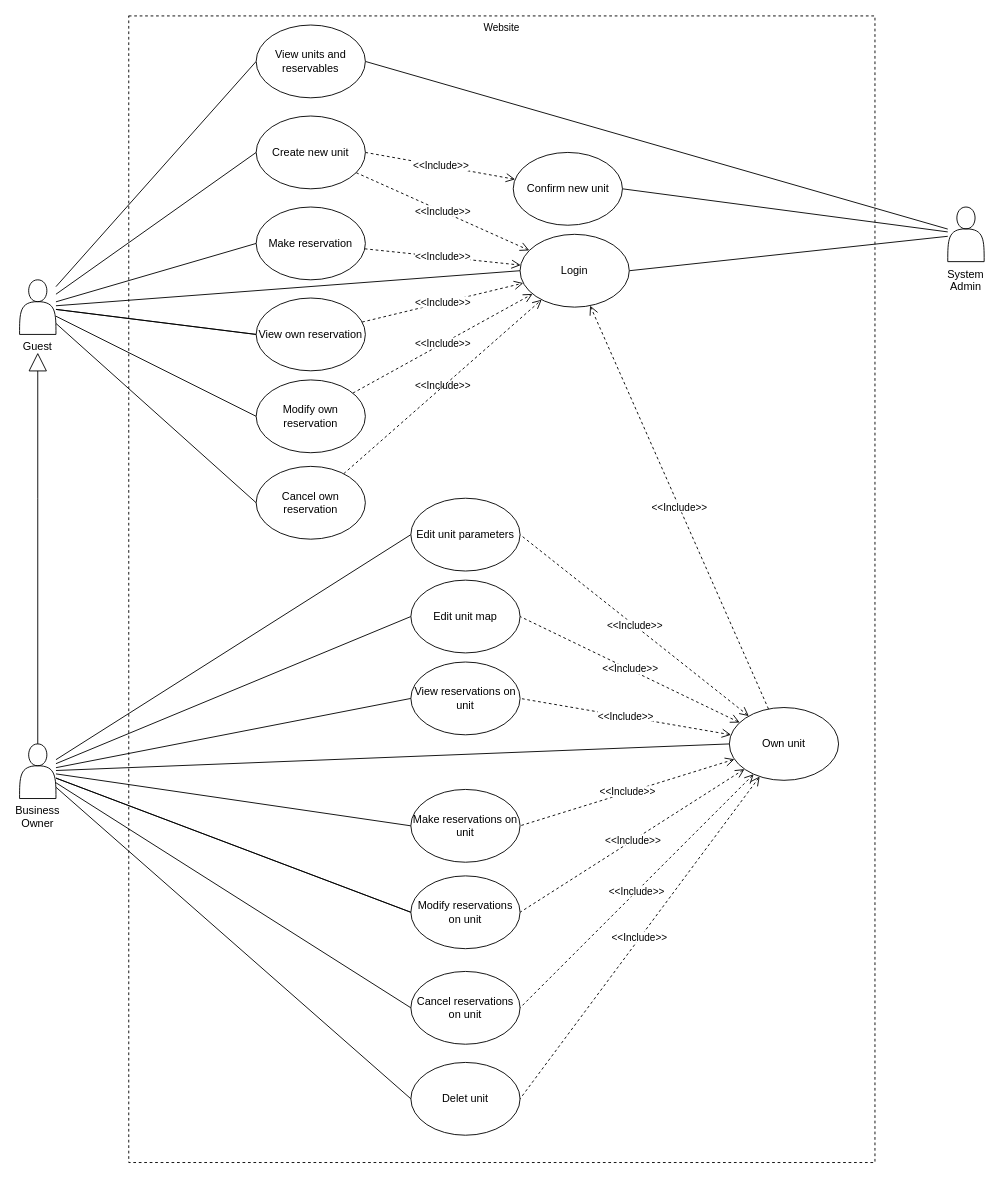
Above: documentation/use_case_diagram.drawio in Bundologus/ELTE_fullstack_2022 (draw.io), before the change. Source tidied: cells renumbered, new cells numbered last; positions are measured from the earlier drawing's top-left corner, leaving out a move shared by most shapes. Both pictures are drawn from the tidied source at 91%, with x=0, y=0 at pixel (19, 15).
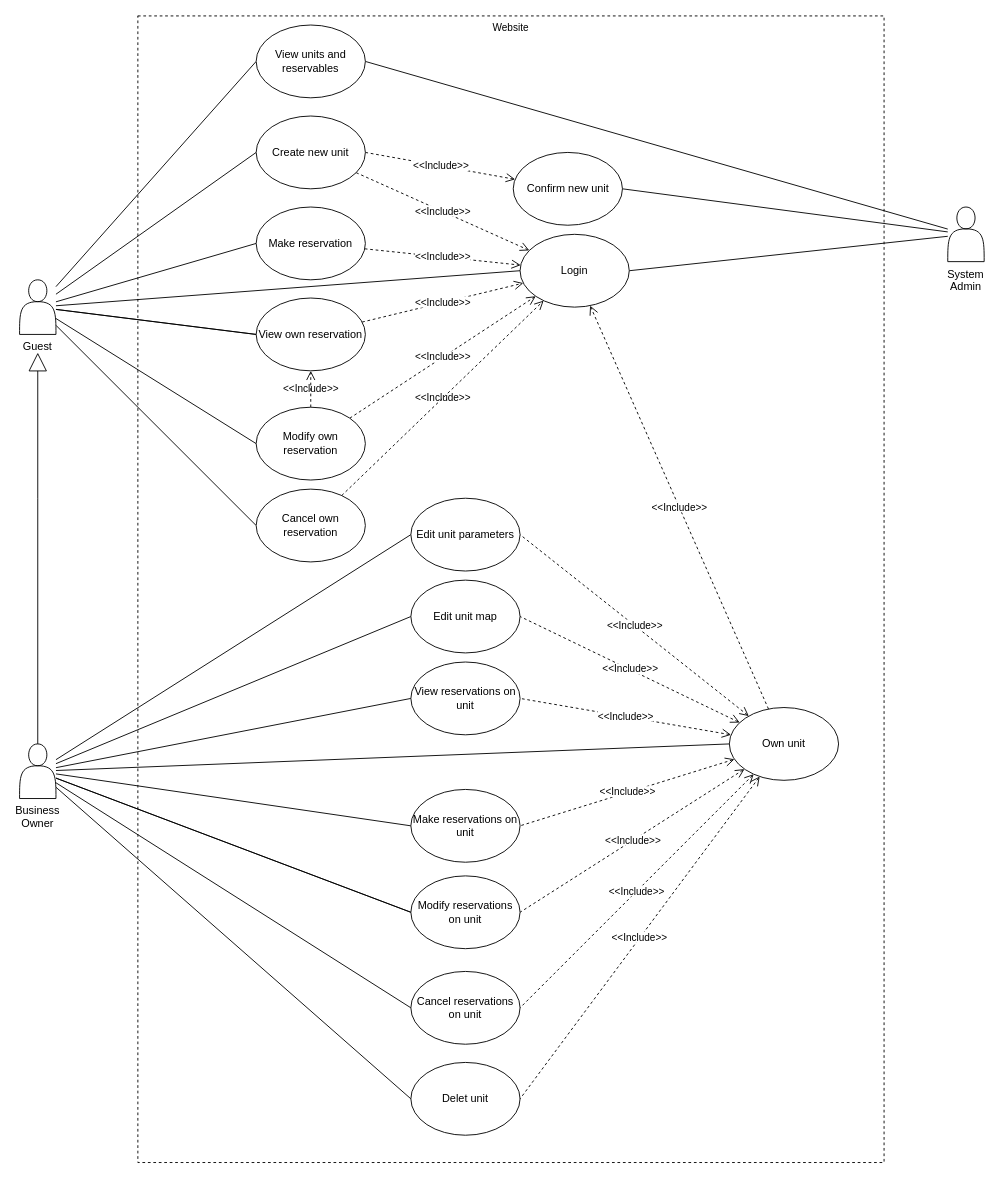
The same page after the edit.

The change refers to these unchanged cells:
```xml
<mxCell id="55" value="View own reservation" style="ellipse;whiteSpace=wrap;html=1;" parent="1" vertex="1">
  <mxGeometry x="260" y="310" width="120" height="80" as="geometry" />
</mxCell>
```

Diff of the diagram source:
```diff
@@
     <mxCell id="2" value="Website" style="rounded=0;whiteSpace=wrap;html=1;verticalAlign=top;labelBackgroundColor=none;endArrow=open;fontSize=11;dashed=1;startArrow=none;startFill=0;endFill=0;startSize=6;endSize=8;sourcePerimeterSpacing=0;targetPerimeterSpacing=0;" parent="1" vertex="1">
-      <mxGeometry x="120" width="820" height="1260" as="geometry" />
+      <mxGeometry x="130" width="820" height="1260" as="geometry" />
     </mxCell>
@@
     <mxCell id="34" value="Cancel own reservation" style="ellipse;whiteSpace=wrap;html=1;" parent="1" vertex="1">
-      <mxGeometry x="260" y="495" width="120" height="80" as="geometry" />
+      <mxGeometry x="260" y="520" width="120" height="80" as="geometry" />
     </mxCell>
@@
+    <mxCell id="57" value="&amp;lt;&amp;lt;Include&amp;gt;&amp;gt;" style="edgeStyle=orthogonalEdgeStyle;rounded=0;jettySize=auto;html=1;labelBackgroundColor=none;endArrow=open;dashed=1;startArrow=none;startFill=0;endFill=0;startSize=6;endSize=8;sourcePerimeterSpacing=0;targetPerimeterSpacing=0;" parent="1" edge="1" source="37" target="55">
+      <mxGeometry relative="1" as="geometry" />
+    </mxCell>
     <mxCell id="37" value="Modify own reservation" style="ellipse;whiteSpace=wrap;html=1;" parent="1" vertex="1">
-      <mxGeometry x="260" y="400" width="120" height="80" as="geometry" />
+      <mxGeometry x="260" y="430" width="120" height="80" as="geometry" />
     </mxCell>
```
